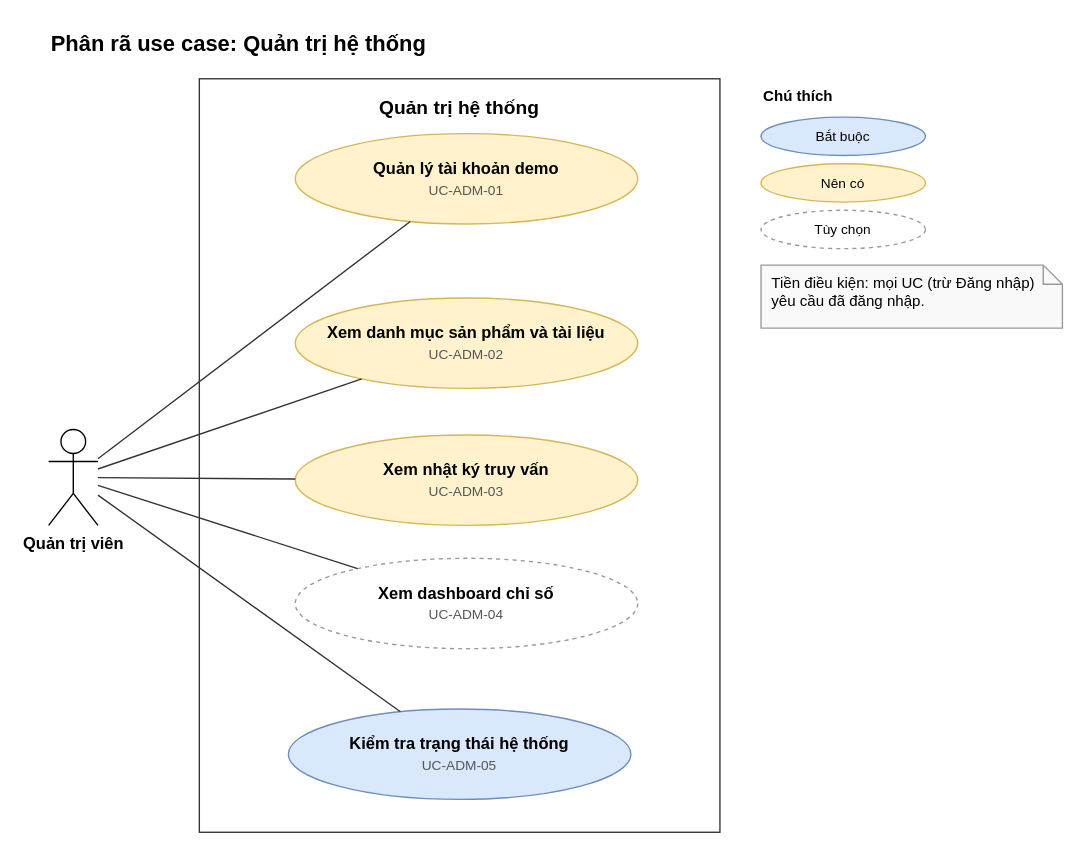
Earlier version of the draw.io diagram page "6. Quản trị (ADM)" (6 of 6) of docs/roadmap/4.DA1_UseCase.drawio.xml (daisyngocha/bv-rag). Source tidied: cells renumbered, new cells numbered last; positions are measured from the earlier drawing's top-left corner, leaving out a move shared by most shapes. Both pictures are drawn from the tidied source at 137%, with x=0, y=0 at pixel (48, 23).
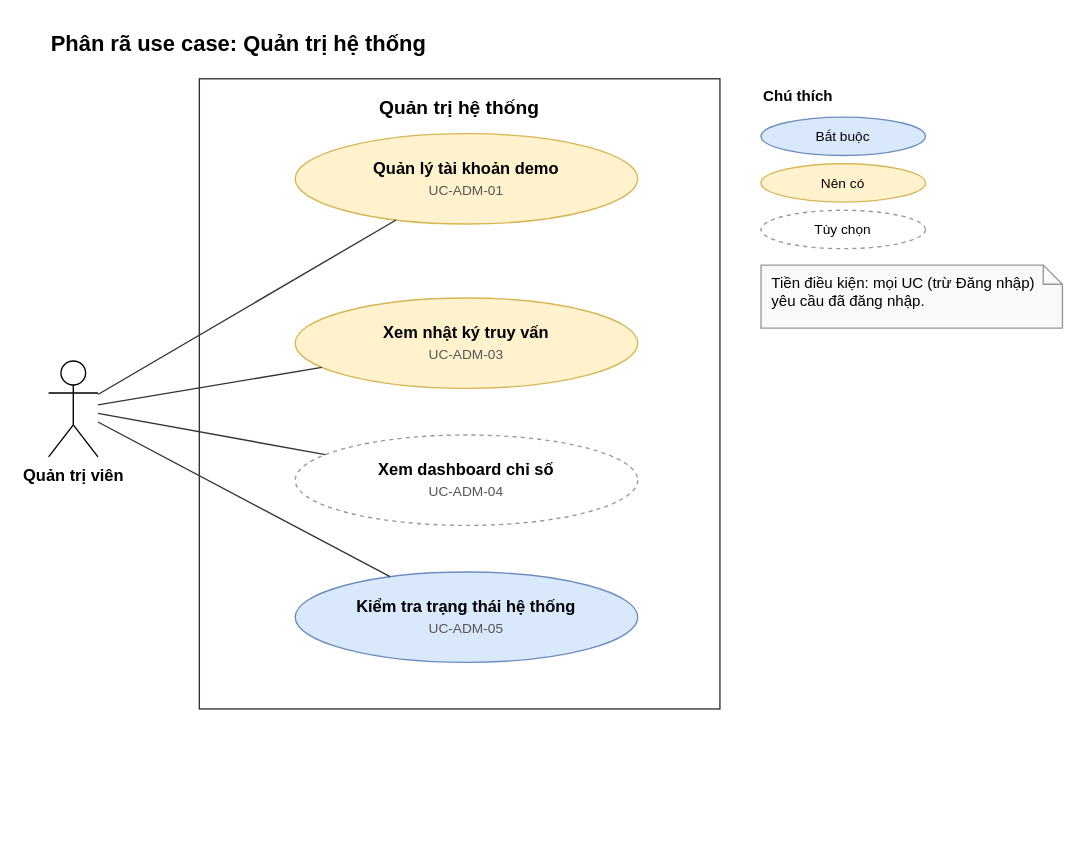
After the change.

Commit message (it also covers changes not shown here):
Cập nhật thiết kế theo Figma: danh sách phương thức v2 và tài liệu liên quan

What changed in the source:
```diff
@@
 <mxGraphModel>
   <root>
     <mxCell id="0" />
     <mxCell id="1" parent="0" />
     <mxCell id="2" value="Phân rã use case: Quản trị hệ thống" style="text;html=1;align=left;verticalAlign=middle;fontSize=16;fontStyle=1;fontFamily=Helvetica;" parent="1" vertex="1">
       <mxGeometry width="330" height="28" as="geometry" />
     </mxCell>
     <mxCell id="3" value="Quản trị hệ thống" style="rounded=0;whiteSpace=wrap;html=1;verticalAlign=top;align=center;fontStyle=1;fontSize=14;fillColor=none;strokeColor=#333333;spacingTop=6;fontFamily=Helvetica;" parent="1" vertex="1">
-      <mxGeometry x="110" y="40" width="380" height="550" as="geometry" />
+      <mxGeometry x="110" y="40" width="380" height="460" as="geometry" />
     </mxCell>
     <mxCell id="4" value="Quản trị viên" style="shape=umlActor;verticalLabelPosition=bottom;verticalAlign=top;html=1;outlineConnect=0;fontStyle=1;fontFamily=Helvetica;" parent="1" vertex="1">
-      <mxGeometry y="296" width="36" height="70" as="geometry" />
+      <mxGeometry y="246" width="36" height="70" as="geometry" />
     </mxCell>
     <mxCell id="5" value="&lt;b&gt;Quản lý tài khoản demo&lt;/b&gt;&lt;br&gt;&lt;span style=&quot;font-size:10px;color:#555555&quot;&gt;UC-ADM-01&lt;/span&gt;" style="ellipse;whiteSpace=wrap;html=1;fontFamily=Helvetica;fontSize=12;fillColor=#FFF2CC;strokeColor=#D6B656;" parent="1" vertex="1">
       <mxGeometry x="180" y="80" width="250" height="66" as="geometry" />
     </mxCell>
-    <mxCell id="6" value="&lt;b&gt;Xem danh mục sản phẩm và tài liệu&lt;/b&gt;&lt;br&gt;&lt;span style=&quot;font-size:10px;color:#555555&quot;&gt;UC-ADM-02&lt;/span&gt;" style="ellipse;whiteSpace=wrap;html=1;fontFamily=Helvetica;fontSize=12;fillColor=#FFF2CC;strokeColor=#D6B656;" parent="1" vertex="1">
-      <mxGeometry x="180" y="200" width="250" height="66" as="geometry" />
-    </mxCell>
     <mxCell id="7" value="&lt;b&gt;Xem nhật ký truy vấn&lt;/b&gt;&lt;br&gt;&lt;span style=&quot;font-size:10px;color:#555555&quot;&gt;UC-ADM-03&lt;/span&gt;" style="ellipse;whiteSpace=wrap;html=1;fontFamily=Helvetica;fontSize=12;fillColor=#FFF2CC;strokeColor=#D6B656;" parent="1" vertex="1">
-      <mxGeometry x="180" y="300" width="250" height="66" as="geometry" />
+      <mxGeometry x="180" y="200" width="250" height="66" as="geometry" />
     </mxCell>
     <mxCell id="8" value="&lt;b&gt;Xem dashboard chỉ số&lt;/b&gt;&lt;br&gt;&lt;span style=&quot;font-size:10px;color:#555555&quot;&gt;UC-ADM-04&lt;/span&gt;" style="ellipse;whiteSpace=wrap;html=1;fontFamily=Helvetica;fontSize=12;fillColor=#FFFFFF;strokeColor=#999999;dashed=1;" parent="1" vertex="1">
-      <mxGeometry x="180" y="390" width="250" height="66" as="geometry" />
+      <mxGeometry x="180" y="300" width="250" height="66" as="geometry" />
     </mxCell>
     <mxCell id="9" value="&lt;b&gt;Kiểm tra trạng thái hệ thống&lt;/b&gt;&lt;br&gt;&lt;span style=&quot;font-size:10px;color:#555555&quot;&gt;UC-ADM-05&lt;/span&gt;" style="ellipse;whiteSpace=wrap;html=1;fontFamily=Helvetica;fontSize=12;fillColor=#DAE8FC;strokeColor=#6C8EBF;" parent="1" vertex="1">
-      <mxGeometry x="175" y="500" width="250" height="66" as="geometry" />
+      <mxGeometry x="180" y="400" width="250" height="66" as="geometry" />
     </mxCell>
     <mxCell id="10" style="html=1;endArrow=none;endFill=0;strokeColor=#333333;" parent="1" edge="1" source="4" target="5">
       <mxGeometry relative="1" as="geometry" />
     </mxCell>
-    <mxCell id="11" style="html=1;endArrow=none;endFill=0;strokeColor=#333333;" parent="1" edge="1" source="4" target="6">
-      <mxGeometry relative="1" as="geometry" />
-    </mxCell>
     <mxCell id="12" style="html=1;endArrow=none;endFill=0;strokeColor=#333333;" parent="1" edge="1" source="4" target="7">
       <mxGeometry relative="1" as="geometry" />
     </mxCell>
     <mxCell id="13" style="html=1;endArrow=none;endFill=0;strokeColor=#333333;" parent="1" edge="1" source="4" target="8">
       <mxGeometry relative="1" as="geometry" />
     </mxCell>
     <mxCell id="14" style="html=1;endArrow=none;endFill=0;strokeColor=#333333;" parent="1" edge="1" source="4" target="9">
       <mxGeometry relative="1" as="geometry" />
     </mxCell>
     <mxCell id="15" value="&lt;b&gt;Chú thích&lt;/b&gt;" style="text;html=1;align=left;fontSize=11;" parent="1" vertex="1">
       <mxGeometry x="520" y="40" width="200" height="24" as="geometry" />
     </mxCell>
     <mxCell id="16" value="Bắt buộc" style="ellipse;whiteSpace=wrap;html=1;fontFamily=Helvetica;fontSize=12;fillColor=#DAE8FC;strokeColor=#6C8EBF;fontSize=10;" parent="1" vertex="1">
       <mxGeometry x="520" y="68" width="120" height="28" as="geometry" />
     </mxCell>
     <mxCell id="17" value="Nên có" style="ellipse;whiteSpace=wrap;html=1;fontFamily=Helvetica;fontSize=12;fillColor=#FFF2CC;strokeColor=#D6B656;fontSize=10;" parent="1" vertex="1">
       <mxGeometry x="520" y="102" width="120" height="28" as="geometry" />
     </mxCell>
     <mxCell id="18" value="Tùy chọn" style="ellipse;whiteSpace=wrap;html=1;fontFamily=Helvetica;fontSize=12;fillColor=#FFFFFF;strokeColor=#999999;dashed=1;fontSize=10;" parent="1" vertex="1">
       <mxGeometry x="520" y="136" width="120" height="28" as="geometry" />
     </mxCell>
     <mxCell id="19" value="Tiền điều kiện: mọi UC (trừ Đăng nhập) yêu cầu đã đăng nhập." style="shape=note;whiteSpace=wrap;html=1;size=14;align=left;verticalAlign=top;spacingLeft=6;fontSize=11;fillColor=#F9F9F9;strokeColor=#999999;fontFamily=Helvetica;" parent="1" vertex="1">
       <mxGeometry x="520" y="176" width="220" height="46" as="geometry" />
     </mxCell>
   </root>
 </mxGraphModel>
```
